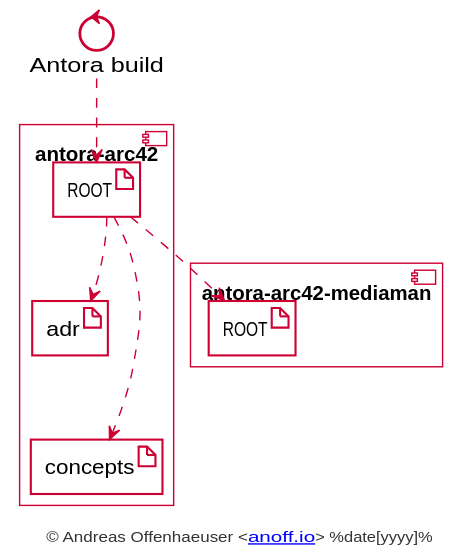
Earlier version of the PlantUML export assets/antora-puml/antora-component-setup.svg (anoff/blog).
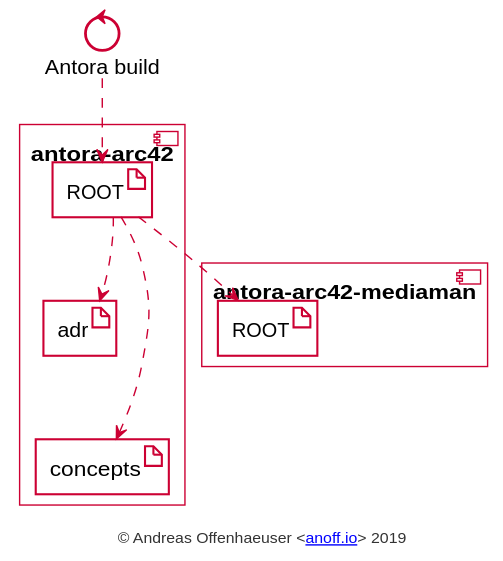
The same diagram one commit later.

Change to the diagram source:
```diff
@@ -220,7 +220,7 @@
 skinparam UsecaseFontColor #000000
 skinparam UsecaseStereotypeFontColor #000000
 
-center footer © Andreas Offenhaeuser <[[https://anoff.io anoff.io]]> %date[yyyy]%
+center footer © Andreas Offenhaeuser <[[https://anoff.io anoff.io]]> 2019
 component "antora-arc42" {
   artifact ROOT
   artifact adr
@@ -237,5 +237,5 @@
 ROOT ..> adr
 ROOT ..> concepts
 ROOT ..> media_root
-footer © Andreas Offenhaeuser <[[https://anoff.io anoff.io]]> %date[yyyy]%
+footer © Andreas Offenhaeuser <[[https://anoff.io anoff.io]]> 2019
 @enduml
```
